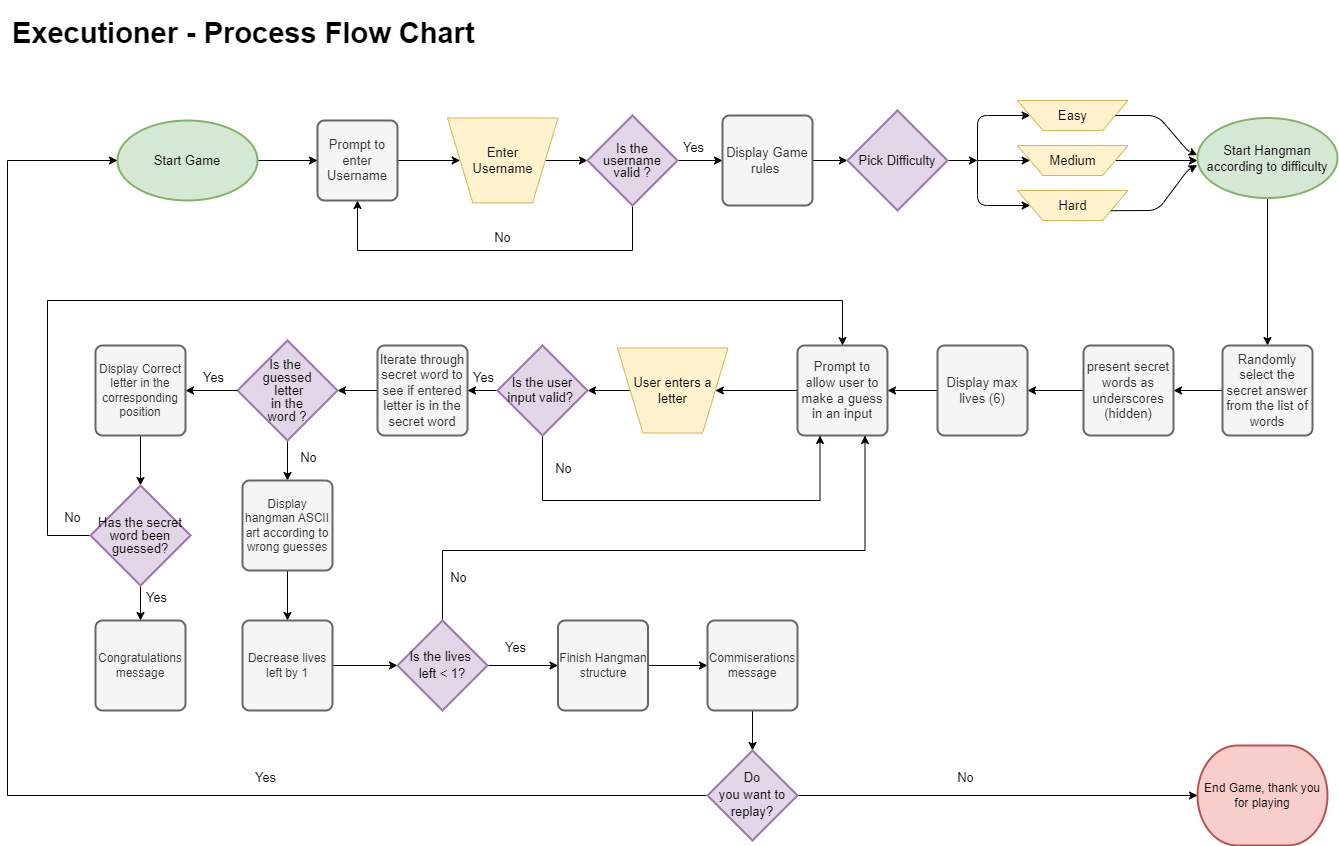
The draw.io diagram docs/flowchart/flowchart.png in AlexAntony3/executioner, before a commit. Source tidied: cells renumbered, new cells last; positions are measured from the earlier drawing's top-left corner, leaving out a move shared by most shapes.
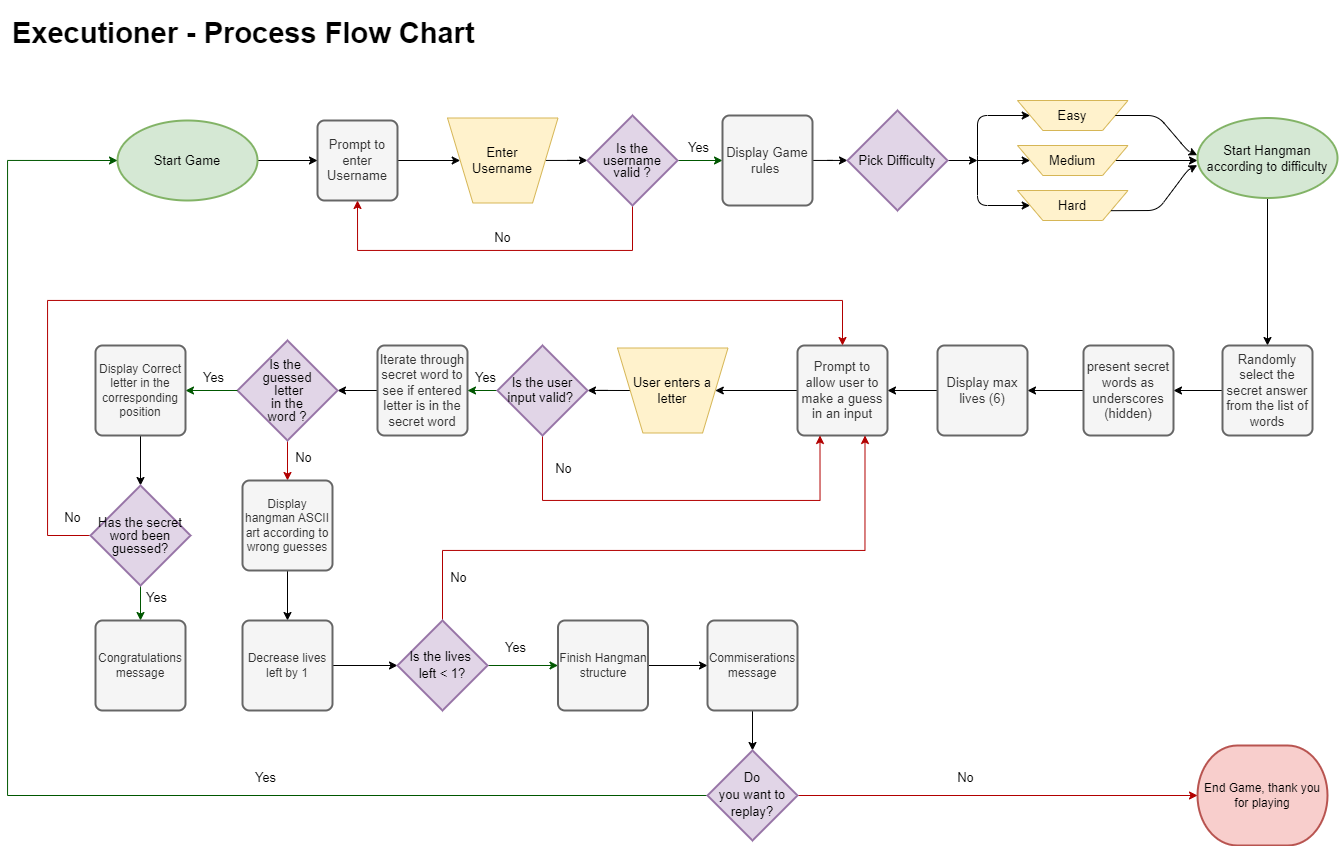
The same diagram one commit later.

Commit message:
feat: add coloured version of flowchart to readme

The edit, as a diff of the source:
```diff
@@ -23,10 +23,10 @@
     <mxCell id="8" value="End Game, thank you for playing" style="strokeWidth=2;html=1;shape=mxgraph.flowchart.terminator;whiteSpace=wrap;fillColor=#f8cecc;strokeColor=#b85450;" parent="1" vertex="1">
       <mxGeometry x="1190" y="735" width="130" height="100" as="geometry" />
     </mxCell>
-    <mxCell id="9" style="edgeStyle=orthogonalEdgeStyle;rounded=0;jettySize=auto;html=1;" parent="1" edge="1" source="11" target="13">
+    <mxCell id="9" style="edgeStyle=orthogonalEdgeStyle;rounded=0;jettySize=auto;html=1;fillColor=#008a00;strokeColor=#005700;" parent="1" edge="1" source="11" target="13">
       <mxGeometry relative="1" as="geometry" />
     </mxCell>
-    <mxCell id="10" style="edgeStyle=orthogonalEdgeStyle;rounded=0;jettySize=auto;html=1;exitX=0.5;exitY=1;exitDx=0;exitDy=0;exitPerimeter=0;entryX=0.5;entryY=1;entryDx=0;entryDy=0;" parent="1" edge="1" source="11" target="3">
+    <mxCell id="10" style="edgeStyle=orthogonalEdgeStyle;rounded=0;jettySize=auto;html=1;exitX=0.5;exitY=1;exitDx=0;exitDy=0;exitPerimeter=0;entryX=0.5;entryY=1;entryDx=0;entryDy=0;fillColor=#e51400;strokeColor=#B20000;" parent="1" edge="1" source="11" target="3">
       <mxGeometry relative="1" as="geometry">
         <Array as="points">
           <mxPoint x="625" y="240" />
@@ -44,7 +44,7 @@
       <mxGeometry x="715" y="105" width="90" height="90" as="geometry" />
     </mxCell>
     <mxCell id="14" value="&lt;font style=&quot;font-size: 13px;&quot;&gt;Yes&lt;/font&gt;" style="text;html=1;strokeColor=none;fillColor=none;align=center;verticalAlign=middle;whiteSpace=wrap;rounded=0;" parent="1" vertex="1">
-      <mxGeometry x="658" y="120" width="57" height="34" as="geometry" />
+      <mxGeometry x="663.5" y="120" width="57" height="34" as="geometry" />
     </mxCell>
     <mxCell id="15" style="edgeStyle=orthogonalEdgeStyle;rounded=0;orthogonalLoop=1;jettySize=auto;html=1;exitX=1;exitY=0.5;exitDx=0;exitDy=0;exitPerimeter=0;" parent="1" edge="1">
       <mxGeometry relative="1" as="geometry">
@@ -159,20 +159,20 @@
     <mxCell id="41" value="&lt;span style=&quot;font-size: 13px;&quot;&gt;Iterate through secret word to see if entered letter is in the secret word&lt;/span&gt;" style="rounded=1;whiteSpace=wrap;html=1;absoluteArcSize=1;arcSize=14;strokeWidth=2;fillColor=#f5f5f5;fontColor=#333333;strokeColor=#666666;" parent="1" vertex="1">
       <mxGeometry x="370" y="335" width="90" height="90" as="geometry" />
     </mxCell>
-    <mxCell id="42" style="edgeStyle=orthogonalEdgeStyle;rounded=0;jettySize=auto;html=1;exitX=0.5;exitY=1;exitDx=0;exitDy=0;exitPerimeter=0;entryX=0.5;entryY=0;entryDx=0;entryDy=0;" parent="1" edge="1" source="43" target="48">
+    <mxCell id="42" style="edgeStyle=orthogonalEdgeStyle;rounded=0;jettySize=auto;html=1;exitX=0.5;exitY=1;exitDx=0;exitDy=0;exitPerimeter=0;entryX=0.5;entryY=0;entryDx=0;entryDy=0;fillColor=#e51400;strokeColor=#B20000;" parent="1" edge="1" source="43" target="48">
       <mxGeometry relative="1" as="geometry" />
     </mxCell>
     <mxCell id="43" value="&lt;p style=&quot;line-height: 0%; font-size: 13px;&quot;&gt;&lt;font style=&quot;font-size: 13px;&quot;&gt;&lt;font style=&quot;font-size: 13px;&quot;&gt;Is the&amp;nbsp;&lt;/font&gt;&lt;/font&gt;&lt;/p&gt;&lt;p style=&quot;line-height: 0%; font-size: 13px;&quot;&gt;&lt;font style=&quot;font-size: 13px;&quot;&gt;&lt;span style=&quot;background-color: initial;&quot;&gt;guessed&lt;/span&gt;&lt;/font&gt;&lt;/p&gt;&lt;p style=&quot;line-height: 0%; font-size: 13px;&quot;&gt;&lt;span style=&quot;background-color: initial;&quot;&gt;&lt;font style=&quot;font-size: 13px;&quot;&gt;&amp;nbsp;letter&lt;/font&gt;&lt;/span&gt;&lt;/p&gt;&lt;p style=&quot;line-height: 0%; font-size: 13px;&quot;&gt;&lt;span style=&quot;background-color: initial;&quot;&gt;&lt;font style=&quot;font-size: 13px;&quot;&gt;&amp;nbsp;in the&amp;nbsp;&lt;/font&gt;&lt;/span&gt;&lt;/p&gt;&lt;p style=&quot;line-height: 0%; font-size: 13px;&quot;&gt;&lt;span style=&quot;background-color: initial;&quot;&gt;&lt;font style=&quot;font-size: 13px;&quot;&gt;word ?&lt;/font&gt;&lt;/span&gt;&lt;/p&gt;" style="strokeWidth=2;html=1;shape=mxgraph.flowchart.decision;whiteSpace=wrap;fillColor=#e1d5e7;strokeColor=#9673a6;align=center;" parent="1" vertex="1">
       <mxGeometry x="230" y="330" width="100" height="100" as="geometry" />
     </mxCell>
-    <mxCell id="44" style="edgeStyle=orthogonalEdgeStyle;rounded=0;jettySize=auto;html=1;exitX=0;exitY=0.5;exitDx=0;exitDy=0;exitPerimeter=0;entryX=1;entryY=0.5;entryDx=0;entryDy=0;" parent="1" edge="1" source="43" target="67">
+    <mxCell id="44" style="edgeStyle=orthogonalEdgeStyle;rounded=0;jettySize=auto;html=1;exitX=0;exitY=0.5;exitDx=0;exitDy=0;exitPerimeter=0;entryX=1;entryY=0.5;entryDx=0;entryDy=0;fillColor=#008a00;strokeColor=#005700;" parent="1" edge="1" source="43" target="67">
       <mxGeometry relative="1" as="geometry" />
     </mxCell>
     <mxCell id="45" value="&lt;font style=&quot;font-size: 13px;&quot;&gt;Yes&lt;/font&gt;" style="text;html=1;strokeColor=none;fillColor=none;align=center;verticalAlign=middle;whiteSpace=wrap;rounded=0;" parent="1" vertex="1">
       <mxGeometry x="178" y="350" width="57" height="34" as="geometry" />
     </mxCell>
     <mxCell id="46" value="&lt;font style=&quot;font-size: 13px;&quot;&gt;No&lt;/font&gt;" style="text;html=1;strokeColor=none;fillColor=none;align=center;verticalAlign=middle;whiteSpace=wrap;rounded=0;" parent="1" vertex="1">
-      <mxGeometry x="273" y="430" width="57" height="34" as="geometry" />
+      <mxGeometry x="268" y="430" width="57" height="34" as="geometry" />
     </mxCell>
     <mxCell id="47" style="edgeStyle=orthogonalEdgeStyle;rounded=0;jettySize=auto;html=1;exitX=0.5;exitY=1;exitDx=0;exitDy=0;entryX=0.5;entryY=0;entryDx=0;entryDy=0;" parent="1" edge="1" source="48" target="50">
       <mxGeometry relative="1" as="geometry" />
@@ -198,10 +198,10 @@
     <mxCell id="54" value="&lt;font style=&quot;font-size: 13px;&quot;&gt;Yes&lt;/font&gt;" style="text;html=1;strokeColor=none;fillColor=none;align=center;verticalAlign=middle;whiteSpace=wrap;rounded=0;" parent="1" vertex="1">
       <mxGeometry x="230" y="750" width="57" height="34" as="geometry" />
     </mxCell>
-    <mxCell id="55" style="edgeStyle=orthogonalEdgeStyle;rounded=0;jettySize=auto;html=1;exitX=0;exitY=0.5;exitDx=0;exitDy=0;exitPerimeter=0;entryX=1;entryY=0.5;entryDx=0;entryDy=0;" parent="1" edge="1" source="57" target="41">
+    <mxCell id="55" style="edgeStyle=orthogonalEdgeStyle;rounded=0;jettySize=auto;html=1;exitX=0;exitY=0.5;exitDx=0;exitDy=0;exitPerimeter=0;entryX=1;entryY=0.5;entryDx=0;entryDy=0;fillColor=#008a00;strokeColor=#005700;" parent="1" edge="1" source="57" target="41">
       <mxGeometry relative="1" as="geometry" />
     </mxCell>
-    <mxCell id="56" style="edgeStyle=orthogonalEdgeStyle;rounded=0;jettySize=auto;html=1;exitX=0.5;exitY=1;exitDx=0;exitDy=0;exitPerimeter=0;entryX=0.25;entryY=1;entryDx=0;entryDy=0;" parent="1" edge="1" source="57" target="37">
+    <mxCell id="56" style="edgeStyle=orthogonalEdgeStyle;rounded=0;jettySize=auto;html=1;exitX=0.5;exitY=1;exitDx=0;exitDy=0;exitPerimeter=0;entryX=0.25;entryY=1;entryDx=0;entryDy=0;fillColor=#e51400;strokeColor=#B20000;" parent="1" edge="1" source="57" target="37">
       <mxGeometry relative="1" as="geometry">
         <Array as="points">
           <mxPoint x="535" y="490" />
@@ -213,7 +213,7 @@
       <mxGeometry x="490" y="335" width="90" height="90" as="geometry" />
     </mxCell>
     <mxCell id="58" value="&lt;font style=&quot;font-size: 13px;&quot;&gt;Yes&lt;/font&gt;" style="text;html=1;strokeColor=none;fillColor=none;align=center;verticalAlign=middle;whiteSpace=wrap;rounded=0;" parent="1" vertex="1">
-      <mxGeometry x="448.2" y="350" width="57" height="34" as="geometry" />
+      <mxGeometry x="450" y="350" width="57" height="34" as="geometry" />
     </mxCell>
     <mxCell id="59" value="&lt;font style=&quot;font-size: 13px;&quot;&gt;No&lt;/font&gt;" style="text;html=1;strokeColor=none;fillColor=none;align=center;verticalAlign=middle;whiteSpace=wrap;rounded=0;" parent="1" vertex="1">
       <mxGeometry x="528" y="441" width="57" height="34" as="geometry" />
@@ -221,10 +221,10 @@
     <mxCell id="60" value="&lt;font style=&quot;font-size: 13px;&quot;&gt;No&lt;/font&gt;" style="text;html=1;strokeColor=none;fillColor=none;align=center;verticalAlign=middle;whiteSpace=wrap;rounded=0;" parent="1" vertex="1">
       <mxGeometry x="466.8" y="210" width="57" height="34" as="geometry" />
     </mxCell>
-    <mxCell id="61" style="edgeStyle=orthogonalEdgeStyle;rounded=0;jettySize=auto;html=1;exitX=1;exitY=0.5;exitDx=0;exitDy=0;exitPerimeter=0;entryX=0;entryY=0.5;entryDx=0;entryDy=0;" parent="1" edge="1" source="63" target="52">
+    <mxCell id="61" style="edgeStyle=orthogonalEdgeStyle;rounded=0;jettySize=auto;html=1;exitX=1;exitY=0.5;exitDx=0;exitDy=0;exitPerimeter=0;entryX=0;entryY=0.5;entryDx=0;entryDy=0;fillColor=#008a00;strokeColor=#005700;" parent="1" edge="1" source="63" target="52">
       <mxGeometry relative="1" as="geometry" />
     </mxCell>
-    <mxCell id="62" style="edgeStyle=orthogonalEdgeStyle;rounded=0;jettySize=auto;html=1;exitX=0.5;exitY=0;exitDx=0;exitDy=0;exitPerimeter=0;entryX=0.75;entryY=1;entryDx=0;entryDy=0;" parent="1" edge="1" source="63" target="37">
+    <mxCell id="62" style="edgeStyle=orthogonalEdgeStyle;rounded=0;jettySize=auto;html=1;exitX=0.5;exitY=0;exitDx=0;exitDy=0;exitPerimeter=0;entryX=0.75;entryY=1;entryDx=0;entryDy=0;fillColor=#e51400;strokeColor=#B20000;" parent="1" edge="1" source="63" target="37">
       <mxGeometry relative="1" as="geometry">
         <Array as="points">
           <mxPoint x="435" y="540" />
@@ -247,10 +247,10 @@
     <mxCell id="67" value="&lt;font style=&quot;font-size: 12px;&quot;&gt;Display Correct letter in the corresponding position&lt;/font&gt;" style="rounded=1;whiteSpace=wrap;html=1;absoluteArcSize=1;arcSize=14;strokeWidth=2;fillColor=#f5f5f5;fontColor=#333333;strokeColor=#666666;" parent="1" vertex="1">
       <mxGeometry x="88" y="335" width="90" height="90" as="geometry" />
     </mxCell>
-    <mxCell id="68" style="edgeStyle=orthogonalEdgeStyle;rounded=0;jettySize=auto;html=1;exitX=0.5;exitY=1;exitDx=0;exitDy=0;exitPerimeter=0;entryX=0.5;entryY=0;entryDx=0;entryDy=0;" parent="1" edge="1" source="70" target="71">
+    <mxCell id="68" style="edgeStyle=orthogonalEdgeStyle;rounded=0;jettySize=auto;html=1;exitX=0.5;exitY=1;exitDx=0;exitDy=0;exitPerimeter=0;entryX=0.5;entryY=0;entryDx=0;entryDy=0;fillColor=#008a00;strokeColor=#005700;" parent="1" edge="1" source="70" target="71">
       <mxGeometry relative="1" as="geometry" />
     </mxCell>
-    <mxCell id="69" style="edgeStyle=orthogonalEdgeStyle;rounded=0;jettySize=auto;html=1;exitX=0;exitY=0.5;exitDx=0;exitDy=0;exitPerimeter=0;entryX=0.5;entryY=0;entryDx=0;entryDy=0;" parent="1" edge="1" source="70" target="37">
+    <mxCell id="69" style="edgeStyle=orthogonalEdgeStyle;rounded=0;jettySize=auto;html=1;exitX=0;exitY=0.5;exitDx=0;exitDy=0;exitPerimeter=0;entryX=0.5;entryY=0;entryDx=0;entryDy=0;fillColor=#e51400;strokeColor=#B20000;" parent="1" edge="1" source="70" target="37">
       <mxGeometry relative="1" as="geometry">
         <Array as="points">
           <mxPoint x="40" y="525" />
@@ -277,7 +277,7 @@
     <mxCell id="75" value="&lt;font style=&quot;font-size: 13px;&quot;&gt;No&lt;/font&gt;" style="text;html=1;strokeColor=none;fillColor=none;align=center;verticalAlign=middle;whiteSpace=wrap;rounded=0;" parent="1" vertex="1">
       <mxGeometry x="37" y="490" width="57" height="34" as="geometry" />
     </mxCell>
-    <mxCell id="76" style="edgeStyle=orthogonalEdgeStyle;rounded=0;jettySize=auto;html=1;exitX=0;exitY=0.5;exitDx=0;exitDy=0;exitPerimeter=0;entryX=0;entryY=0.5;entryDx=0;entryDy=0;entryPerimeter=0;" parent="1" edge="1" source="78" target="5">
+    <mxCell id="76" style="edgeStyle=orthogonalEdgeStyle;rounded=0;jettySize=auto;html=1;exitX=0;exitY=0.5;exitDx=0;exitDy=0;exitPerimeter=0;entryX=0;entryY=0.5;entryDx=0;entryDy=0;entryPerimeter=0;fillColor=#008a00;strokeColor=#005700;" parent="1" edge="1" source="78" target="5">
       <mxGeometry relative="1" as="geometry">
         <Array as="points">
           <mxPoint y="785" />
@@ -285,7 +285,7 @@
         </Array>
       </mxGeometry>
     </mxCell>
-    <mxCell id="77" style="edgeStyle=orthogonalEdgeStyle;rounded=0;jettySize=auto;html=1;exitX=1;exitY=0.5;exitDx=0;exitDy=0;exitPerimeter=0;entryX=0;entryY=0.5;entryDx=0;entryDy=0;entryPerimeter=0;" parent="1" edge="1" source="78" target="8">
+    <mxCell id="77" style="edgeStyle=orthogonalEdgeStyle;rounded=0;jettySize=auto;html=1;exitX=1;exitY=0.5;exitDx=0;exitDy=0;exitPerimeter=0;entryX=0;entryY=0.5;entryDx=0;entryDy=0;entryPerimeter=0;fillColor=#e51400;strokeColor=#B20000;" parent="1" edge="1" source="78" target="8">
       <mxGeometry relative="1" as="geometry" />
     </mxCell>
     <mxCell id="78" value="&lt;p style=&quot;line-height: 40%;&quot;&gt;&lt;span style=&quot;font-size: 13px;&quot;&gt;Do&lt;/span&gt;&lt;/p&gt;&lt;p style=&quot;line-height: 40%;&quot;&gt;&lt;span style=&quot;font-size: 13px;&quot;&gt;you want to&lt;/span&gt;&lt;/p&gt;&lt;p style=&quot;line-height: 40%;&quot;&gt;&lt;span style=&quot;font-size: 13px;&quot;&gt;replay?&lt;/span&gt;&lt;/p&gt;" style="strokeWidth=2;html=1;shape=mxgraph.flowchart.decision;whiteSpace=wrap;fillColor=#e1d5e7;strokeColor=#9673a6;" parent="1" vertex="1">
```
